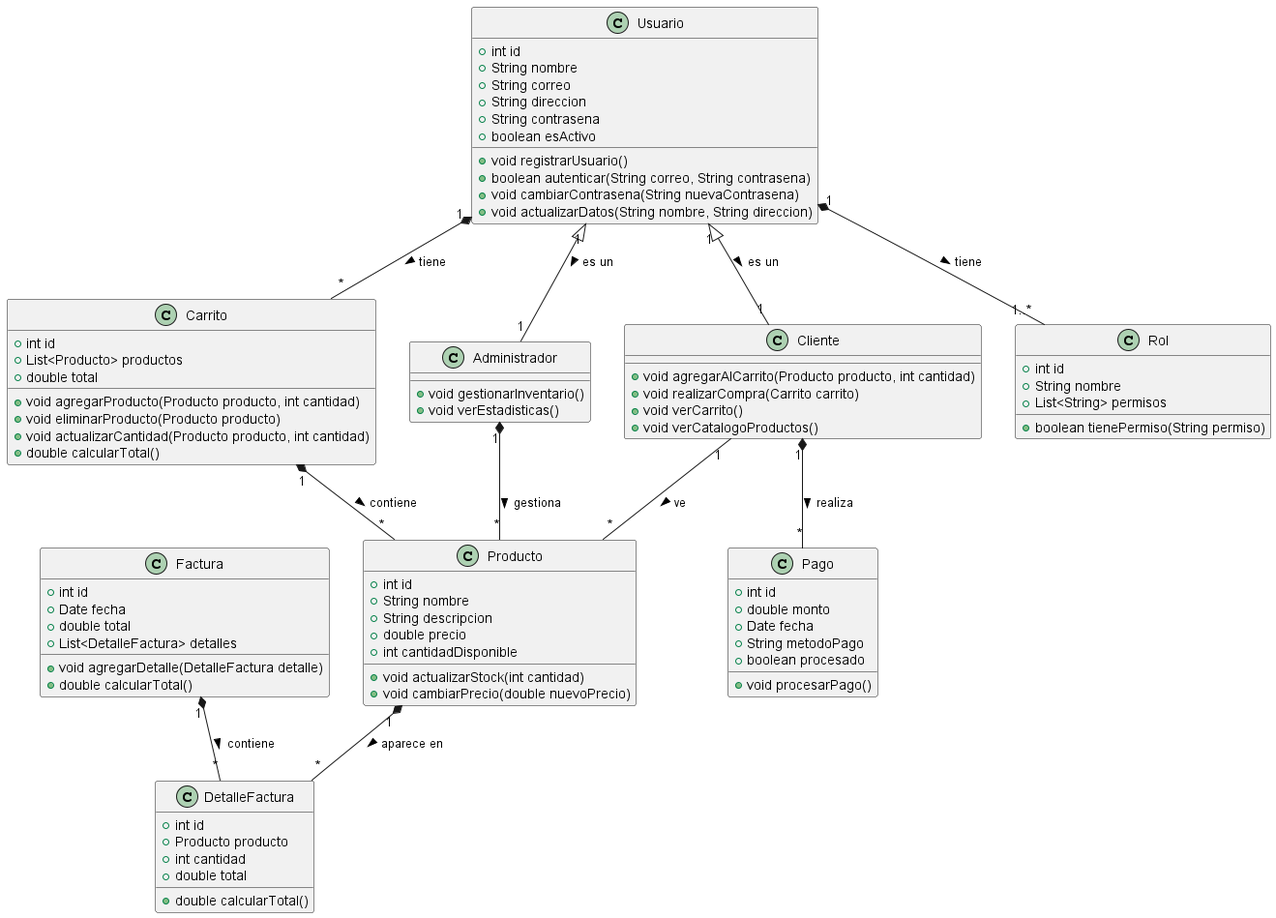
Before: Diagramas/Diagrama_Clases/Diagrama_Clases.png, a diagram exported from PlantUML (JuanOliveros2497/Proyecto_Sistemas). The source it was exported from:
```plantuml
@startuml Diagrama_Clases

class Producto {
  +int id
  +String nombre
  +String descripcion
  +double precio
  +int cantidadDisponible
  +void actualizarStock(int cantidad)
  +void cambiarPrecio(double nuevoPrecio)
}

class Carrito {
  +int id
  +List<Producto> productos
  +double total
  +void agregarProducto(Producto producto, int cantidad)
  +void eliminarProducto(Producto producto)
  +void actualizarCantidad(Producto producto, int cantidad)
  +double calcularTotal()
}

class Factura {
  +int id
  +Date fecha
  +double total
  +List<DetalleFactura> detalles
  +void agregarDetalle(DetalleFactura detalle)
  +double calcularTotal()
}

class DetalleFactura {
  +int id
  +Producto producto
  +int cantidad
  +double total
  +double calcularTotal()
}

class Usuario {
  +int id
  +String nombre
  +String correo
  +String direccion
  +String contrasena
  +boolean esActivo
  +void registrarUsuario()
  +boolean autenticar(String correo, String contrasena)
  +void cambiarContrasena(String nuevaContrasena)
  +void actualizarDatos(String nombre, String direccion)
}

class Administrador {
  +void gestionarInventario()
  +void verEstadisticas()
}

class Cliente {
  +void agregarAlCarrito(Producto producto, int cantidad)
  +void realizarCompra(Carrito carrito)
  +void verCarrito()
  +void verCatalogoProductos()
}

class Pago {
  +int id
  +double monto
  +Date fecha
  +String metodoPago
  +boolean procesado
  +void procesarPago()
}

class Rol {
  +int id
  +String nombre
  +List<String> permisos
  +boolean tienePermiso(String permiso)
}

Carrito "1" *-- "*" Producto : contiene >
Factura "1" *-- "*" DetalleFactura : contiene >
Producto "1" *-- "*" DetalleFactura : aparece en >
Usuario "1" *-- "*" Carrito : tiene >
Usuario "1" <|-- "1" Administrador : es un >
Usuario "1" <|-- "1" Cliente : es un >
Usuario "1" *-- "1..*" Rol : tiene >
Cliente "1" *-- "*" Pago : realiza >
Administrador "1" *-- "*" Producto : gestiona >
Cliente "1" -- "*" Producto : ve >

@enduml
```
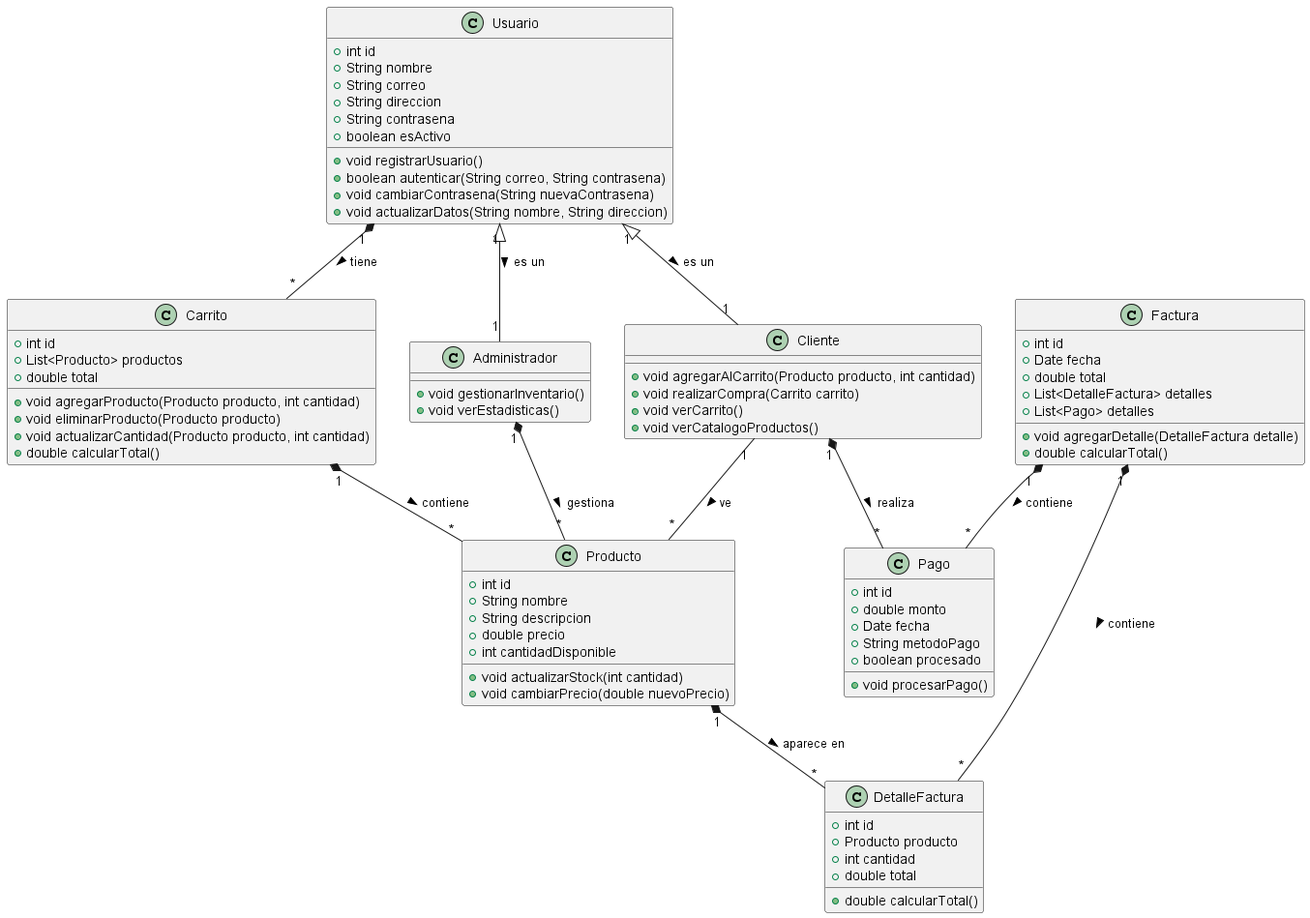
The same diagram one commit later.

Change to the diagram source:
```diff
@@ -26,6 +26,7 @@
   +double total
   +List<DetalleFactura> detalles
   +void agregarDetalle(DetalleFactura detalle)
+  +List<Pago> detalles
   +double calcularTotal()
 }
 
@@ -71,22 +72,16 @@
   +void procesarPago()
 }
 
-class Rol {
-  +int id
-  +String nombre
-  +List<String> permisos
-  +boolean tienePermiso(String permiso)
-}
-
 Carrito "1" *-- "*" Producto : contiene >
 Factura "1" *-- "*" DetalleFactura : contiene >
 Producto "1" *-- "*" DetalleFactura : aparece en >
 Usuario "1" *-- "*" Carrito : tiene >
 Usuario "1" <|-- "1" Administrador : es un >
 Usuario "1" <|-- "1" Cliente : es un >
-Usuario "1" *-- "1..*" Rol : tiene >
 Cliente "1" *-- "*" Pago : realiza >
 Administrador "1" *-- "*" Producto : gestiona >
 Cliente "1" -- "*" Producto : ve >
+Factura "1" *-- "*" Pago : contiene >
+
 
 @enduml
```
